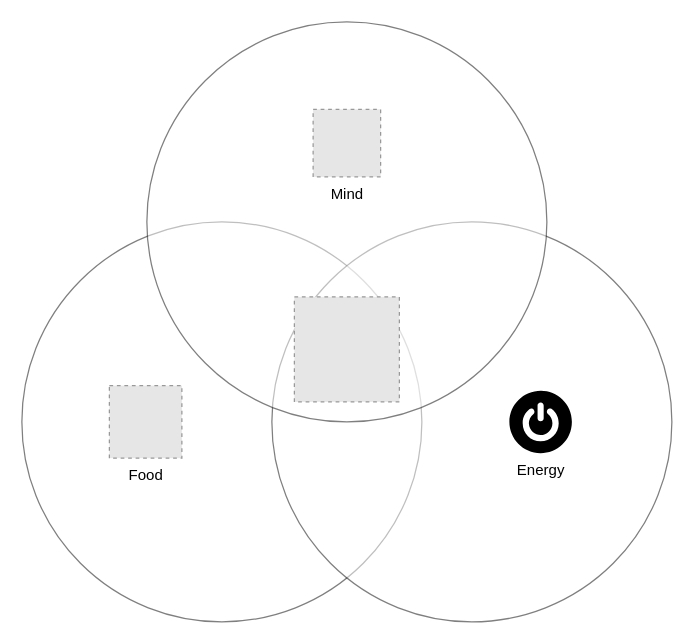
Earlier version of the draw.io diagram Landing.drawio (evlibra/heZen). Source tidied: cells renumbered, new cells numbered last; positions are measured from the earlier drawing's top-left corner, leaving out a move shared by most shapes. Both pictures are drawn from the tidied source at 125%, with x=0, y=0 at pixel (21, 21). Pictures stored in the file or linked from it are replaced by grey dashed boxes.
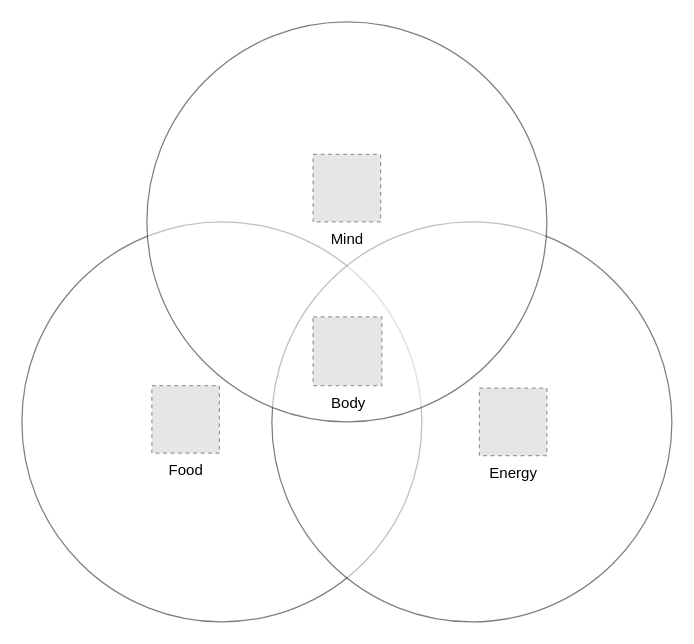
The same page after the edit.

The edit, as a diff of the source:
```diff
@@
 <mxGraphModel>
   <root>
     <mxCell id="0" />
     <mxCell id="1" parent="0" />
     <mxCell id="2" style="ellipse;whiteSpace=wrap;html=1;opacity=50;" parent="1" vertex="1">
       <mxGeometry y="160" width="320" height="320" as="geometry" />
     </mxCell>
     <mxCell id="3" style="ellipse;whiteSpace=wrap;html=1;opacity=50;" parent="1" vertex="1">
       <mxGeometry x="200" y="160" width="320" height="320" as="geometry" />
     </mxCell>
     <mxCell id="4" style="ellipse;whiteSpace=wrap;html=1;opacity=50;" parent="1" vertex="1">
       <mxGeometry x="100" width="320" height="320" as="geometry" />
     </mxCell>
     <mxCell id="5" value="Food" style="fillColor=#E6E6E6;strokeColor=#999999;dashed=1;html=1;verticalAlign=top;verticalLabelPosition=bottom;labelBackgroundColor=#ffffff;" parent="1" vertex="1">
-      <mxGeometry x="70" y="291" width="58" height="58" as="geometry" />
+      <mxGeometry x="104" y="291" width="54" height="54" as="geometry" />
     </mxCell>
     <mxCell id="6" value="Mind" style="fillColor=#E6E6E6;strokeColor=#999999;dashed=1;html=1;verticalAlign=top;verticalLabelPosition=bottom;labelBackgroundColor=#ffffff;" parent="1" vertex="1">
-      <mxGeometry x="233" y="70" width="54" height="54" as="geometry" />
+      <mxGeometry x="233" y="106" width="54" height="54" as="geometry" />
     </mxCell>
+    <mxCell id="8" value="Body" style="fillColor=#E6E6E6;strokeColor=#999999;dashed=1;html=1;verticalAlign=top;verticalLabelPosition=bottom;labelBackgroundColor=#ffffff;" parent="1" vertex="1">
+      <mxGeometry x="233" y="236" width="55" height="55" as="geometry" />
+    </mxCell>
-    <mxCell id="7" value="Energy" style="sketch=0;html=1;strokeColor=none;shadow=0;fillColor=#000000;verticalAlign=top;labelPosition=center;verticalLabelPosition=bottom;shape=mxgraph.gcp2.a7_power;" parent="1" vertex="1">
-      <mxGeometry x="390" y="295" width="50" height="50" as="geometry" />
+    <mxCell id="7" value="Energy" style="fillColor=#E6E6E6;strokeColor=#999999;dashed=1;html=1;verticalAlign=top;verticalLabelPosition=bottom;labelBackgroundColor=#ffffff;" parent="1" vertex="1">
+      <mxGeometry x="366" y="293" width="54" height="54" as="geometry" />
     </mxCell>
-    <mxCell id="8" style="fillColor=#E6E6E6;strokeColor=#999999;dashed=1;html=1;verticalAlign=top;verticalLabelPosition=bottom;labelBackgroundColor=#ffffff;" parent="1" vertex="1">
-      <mxGeometry x="218" y="220" width="84" height="84" as="geometry" />
-    </mxCell>
   </root>
 </mxGraphModel>
```
